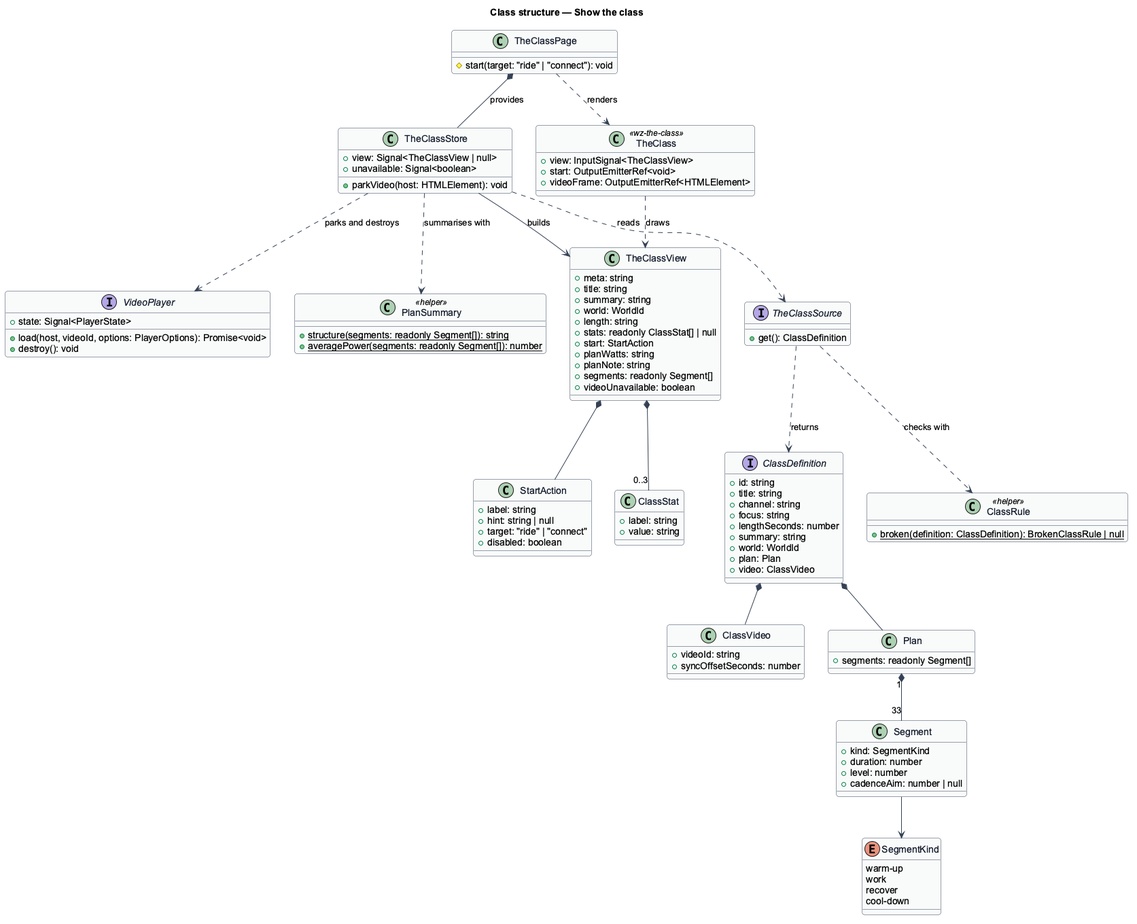
Before: docs/detailed-designs/the-class/show-the-class/diagrams/class-structure.png, a diagram exported from PlantUML (QuinntyneBrown/ride-one).
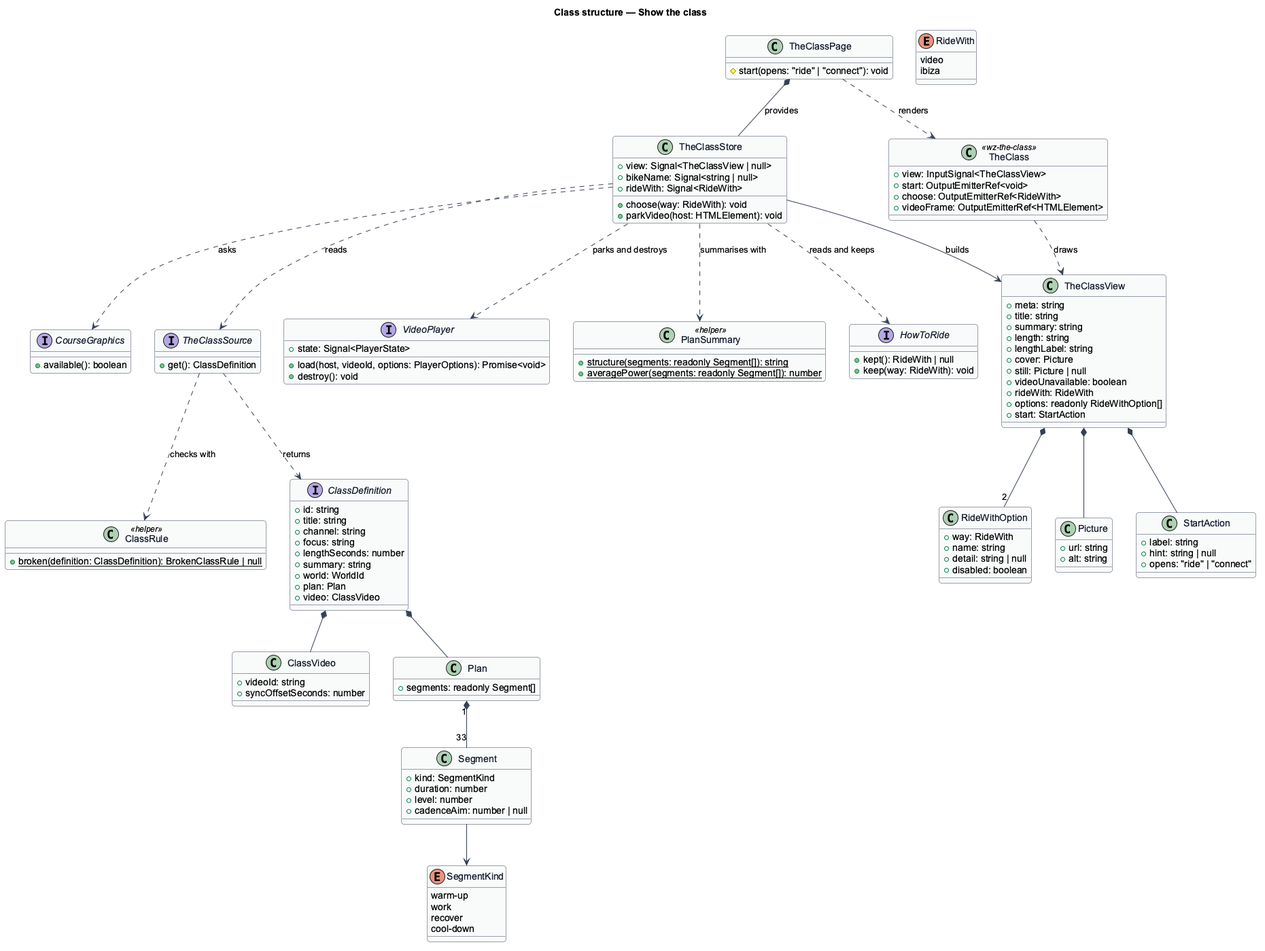
After the commit.

What changed in the source:
```diff
@@ -53,39 +53,58 @@
 }
 class TheClassStore {
   +view: Signal<TheClassView | null>
-  +unavailable: Signal<boolean>
+  +bikeName: Signal<string | null>
+  +rideWith: Signal<RideWith>
+  +choose(way: RideWith): void
   +parkVideo(host: HTMLElement): void
+}
+interface HowToRide {
+  +kept(): RideWith | null
+  +keep(way: RideWith): void
+}
+interface CourseGraphics {
+  +available(): boolean
+}
+enum RideWith {
+  video
+  ibiza
 }
 class TheClassView {
   +meta: string
   +title: string
   +summary: string
-  +world: WorldId
   +length: string
-  +stats: readonly ClassStat[] | null
+  +lengthLabel: string
+  +cover: Picture
+  +still: Picture | null
+  +videoUnavailable: boolean
+  +rideWith: RideWith
+  +options: readonly RideWithOption[]
   +start: StartAction
-  +planWatts: string
-  +planNote: string
-  +segments: readonly Segment[]
-  +videoUnavailable: boolean
+}
+class RideWithOption {
+  +way: RideWith
+  +name: string
+  +detail: string | null
+  +disabled: boolean
+}
+class Picture {
+  +url: string
+  +alt: string
 }
 class StartAction {
   +label: string
   +hint: string | null
-  +target: "ride" | "connect"
-  +disabled: boolean
-}
-class ClassStat {
-  +label: string
-  +value: string
+  +opens: "ride" | "connect"
 }
 class TheClass <<wz-the-class>> {
   +view: InputSignal<TheClassView>
   +start: OutputEmitterRef<void>
+  +choose: OutputEmitterRef<RideWith>
   +videoFrame: OutputEmitterRef<HTMLElement>
 }
 class TheClassPage {
-  #start(target: "ride" | "connect"): void
+  #start(opens: "ride" | "connect"): void
 }
 interface VideoPlayer {
   +state: Signal<PlayerState>
@@ -104,7 +123,10 @@
 TheClassStore --> TheClassView : builds
 TheClassStore ..> VideoPlayer : parks and destroys
 TheClassView *-- StartAction
-TheClassView *-- "0..3" ClassStat
+TheClassView *-- "2" RideWithOption
+TheClassView *-- Picture
+TheClassStore ..> HowToRide : reads and keeps
+TheClassStore ..> CourseGraphics : asks
 TheClassPage *-- TheClassStore : provides
 TheClassPage ..> TheClass : renders
 TheClass ..> TheClassView : draws
```
